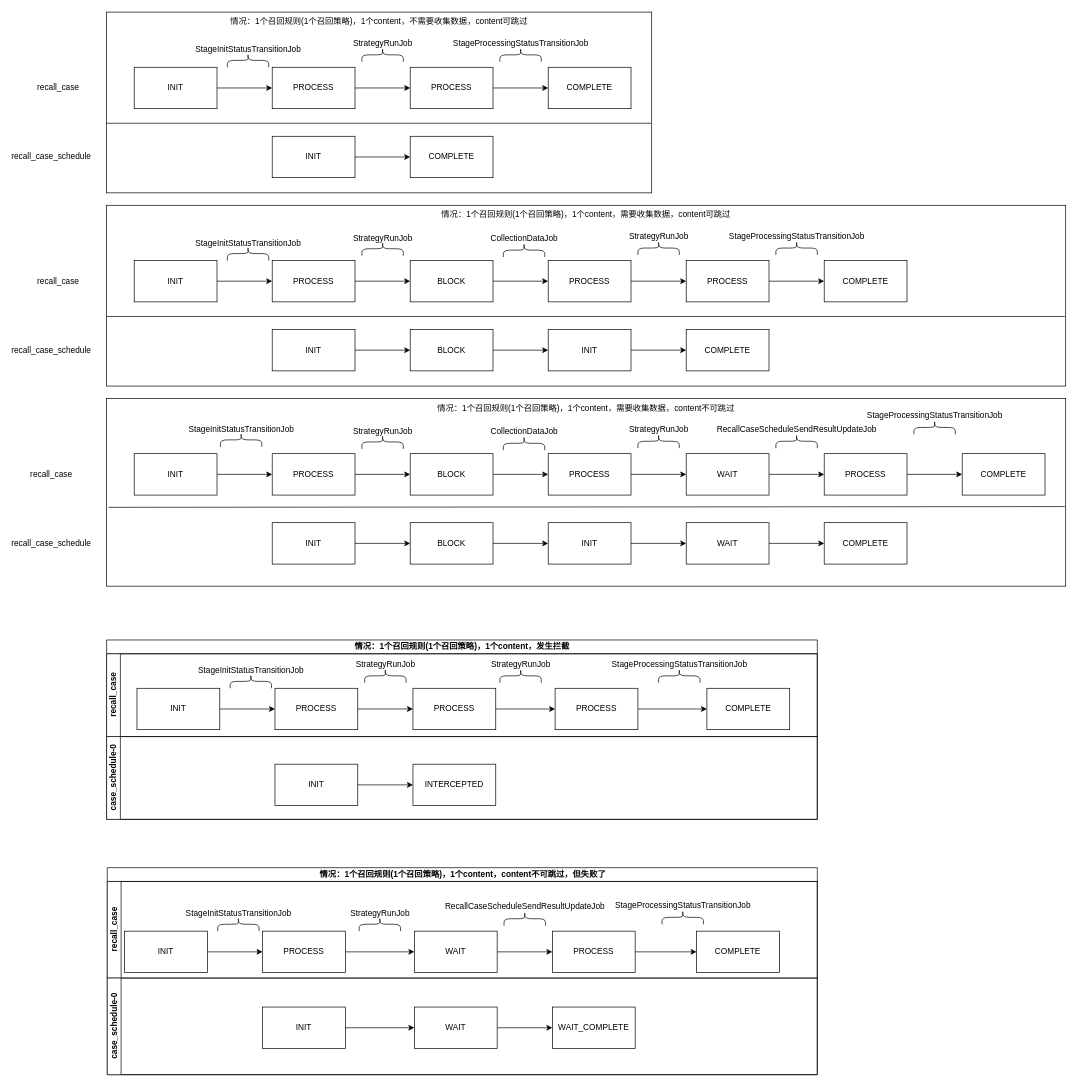
ABIN-DS/flowchart keeps this draw.io diagram as page "IVR案件流转-单个content" (4 of 5) of 数据变化图.drawio. Above is the earlier version. Source tidied: cells renumbered, new cells numbered last; positions are measured from the earlier drawing's top-left corner, leaving out a move shared by most shapes. Both pictures are drawn from the tidied source at 69%, with x=0, y=0 at pixel (30, 12).
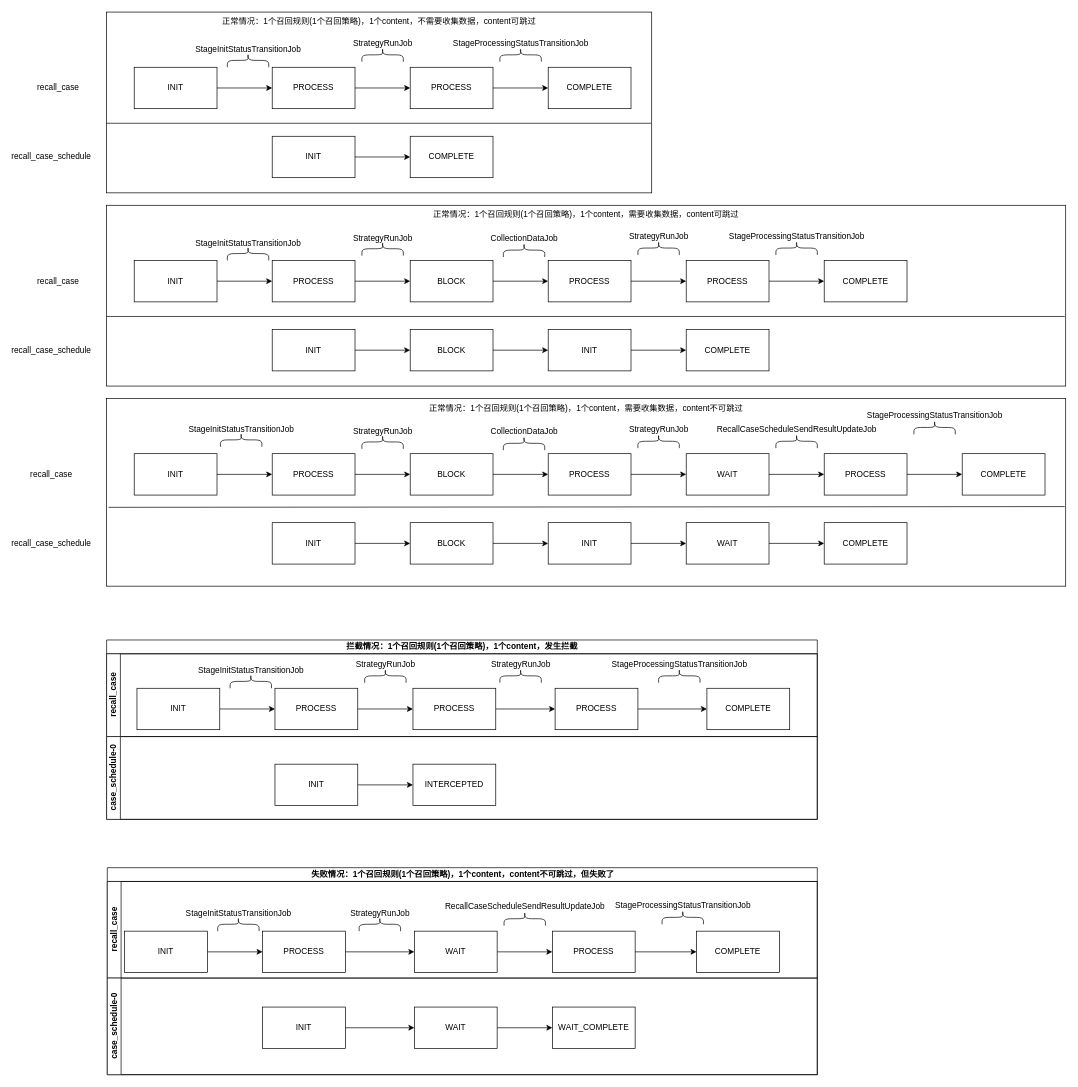
Above is the later version.

What changed in the source:
```diff
@@
-    <mxCell id="2" value="情况：1个召回规则(1个召回策略)，1个content，需要收集数据，content不可跳过" style="rounded=0;whiteSpace=wrap;html=1;verticalAlign=top;" parent="1" vertex="1">
+    <mxCell id="2" value="正常情况：1个召回规则(1个召回策略)，1个content，需要收集数据，content不可跳过" style="rounded=0;whiteSpace=wrap;html=1;verticalAlign=top;" parent="1" vertex="1">
       <mxGeometry x="110" y="560" width="1390" height="272" as="geometry" />
     </mxCell>
-    <mxCell id="3" value="情况：1个召回规则(1个召回策略)，1个content，需要收集数据，content可跳过" style="rounded=0;whiteSpace=wrap;html=1;verticalAlign=top;" parent="1" vertex="1">
+    <mxCell id="3" value="正常情况：1个召回规则(1个召回策略)，1个content，需要收集数据，content可跳过" style="rounded=0;whiteSpace=wrap;html=1;verticalAlign=top;" parent="1" vertex="1">
       <mxGeometry x="110" y="280" width="1390" height="262" as="geometry" />
     </mxCell>
@@
-    <mxCell id="83" value="情况：1个召回规则(1个召回策略)，1个content，不需要收集数据，content可跳过" style="rounded=0;whiteSpace=wrap;html=1;verticalAlign=top;" parent="1" vertex="1">
+    <mxCell id="83" value="正常情况：1个召回规则(1个召回策略)，1个content，不需要收集数据，content可跳过" style="rounded=0;whiteSpace=wrap;html=1;verticalAlign=top;" parent="1" vertex="1">
       <mxGeometry x="110" width="790" height="262" as="geometry" />
     </mxCell>
@@
-    <mxCell id="106" value="情况：1个召回规则(1个召回策略)，1个content，发生拦截" style="swimlane;horizontal=1;startSize=20;html=1;" parent="1" vertex="1">
+    <mxCell id="106" value="拦截情况：1个召回规则(1个召回策略)，1个content，发生拦截" style="swimlane;horizontal=1;startSize=20;html=1;" parent="1" vertex="1">
       <mxGeometry x="110" y="910" width="1030" height="260" as="geometry" />
     </mxCell>
@@
-    <mxCell id="133" value="情况：1个召回规则(1个召回策略)，1个content，content不可跳过，但失败了" style="swimlane;horizontal=1;startSize=20;html=1;" parent="1" vertex="1">
+    <mxCell id="133" value="失败情况：1个召回规则(1个召回策略)，1个content，content不可跳过，但失败了" style="swimlane;horizontal=1;startSize=20;html=1;" parent="1" vertex="1">
       <mxGeometry x="111" y="1240" width="1029" height="300" as="geometry" />
     </mxCell>
```
